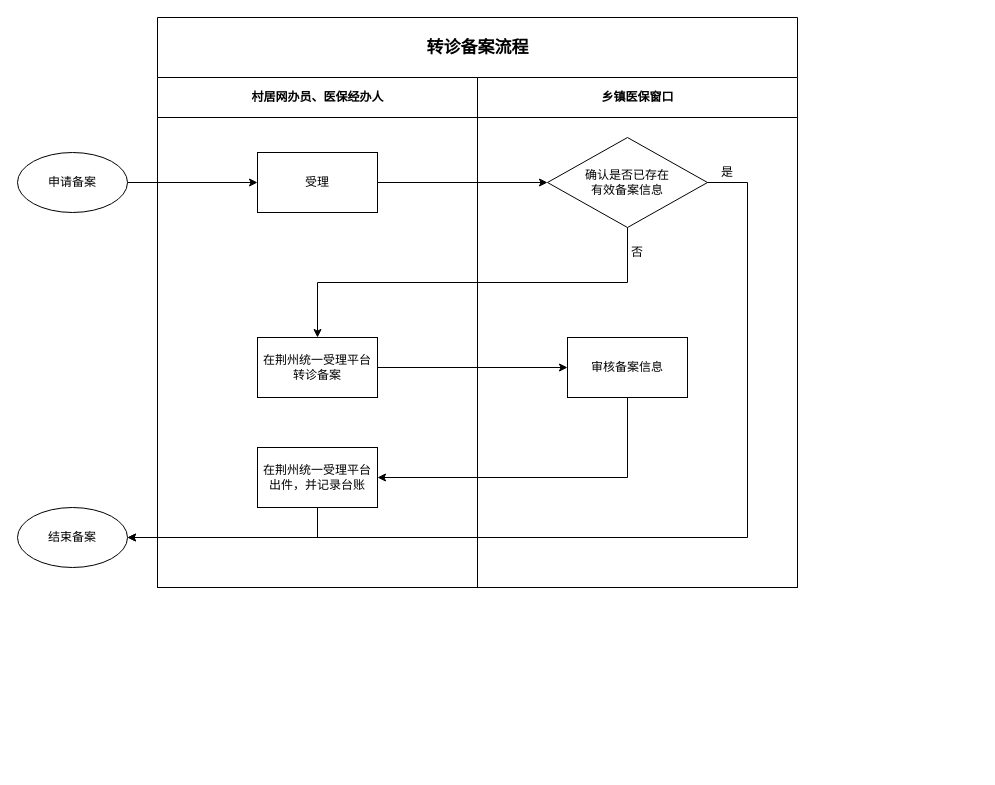
Above: 转诊备案流程.drawio in zouwei-0218/drawio (draw.io), before the change. Source tidied: cells renumbered, new cells numbered last; positions are measured from the earlier drawing's top-left corner, leaving out a move shared by most shapes. Both pictures are drawn from the tidied source at 100%, with x=0, y=0 at pixel (17, 17).
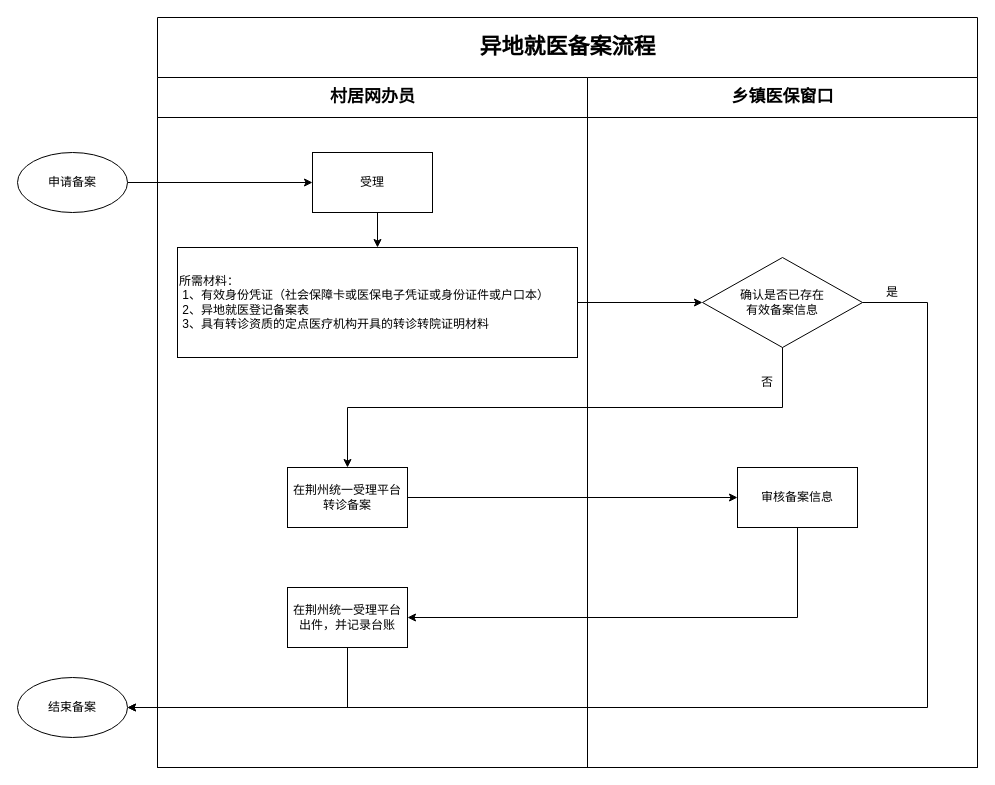
The same page after the edit.

Commit message:
更新转诊备案流程.drawio

What changed in the source:
```diff
@@
-    <mxCell id="2" value="&lt;font style=&quot;font-size: 17px;&quot;&gt;转诊备案流程&lt;/font&gt;" style="swimlane;html=1;startSize=60;rounded=0;shadow=0;labelBackgroundColor=none;strokeWidth=1;fontFamily=Verdana;fontSize=8;align=center;" parent="1" vertex="1">
-      <mxGeometry x="140" width="640" height="570" as="geometry" />
+    <mxCell id="2" value="&lt;font style=&quot;font-size: 22px;&quot;&gt;异地就医备案流程&lt;/font&gt;" style="swimlane;html=1;startSize=60;rounded=0;shadow=0;labelBackgroundColor=none;strokeWidth=1;fontFamily=Verdana;fontSize=8;align=center;" parent="1" vertex="1">
+      <mxGeometry x="140" width="820" height="750" as="geometry" />
     </mxCell>
@@
-    <mxCell id="5" value="村居网办员、医保经办人" style="swimlane;html=1;startSize=40;" parent="2" vertex="1">
-      <mxGeometry y="60" width="320" height="510" as="geometry" />
+    <mxCell id="5" value="&lt;font style=&quot;font-size: 17px;&quot;&gt;村居网办员&lt;/font&gt;" style="swimlane;html=1;startSize=40;fontSize=15;" parent="2" vertex="1">
+      <mxGeometry y="60" width="430" height="690" as="geometry" />
     </mxCell>
+    <mxCell id="23" style="edgeStyle=orthogonalEdgeStyle;rounded=0;jettySize=auto;html=1;exitX=0.5;exitY=1;exitDx=0;exitDy=0;entryX=0.5;entryY=0;entryDx=0;entryDy=0;" parent="5" edge="1" source="6" target="24">
+      <mxGeometry relative="1" as="geometry" />
+    </mxCell>
     <mxCell id="6" value="受理" style="rounded=0;whiteSpace=wrap;html=1;" parent="5" vertex="1">
-      <mxGeometry x="100" y="75" width="120" height="60" as="geometry" />
+      <mxGeometry x="155" y="75" width="120" height="60" as="geometry" />
     </mxCell>
     <mxCell id="7" value="在荆州统一受理平台转诊备案" style="rounded=0;whiteSpace=wrap;html=1;" parent="5" vertex="1">
-      <mxGeometry x="100" y="260" width="120" height="60" as="geometry" />
+      <mxGeometry x="130" y="390" width="120" height="60" as="geometry" />
     </mxCell>
     <mxCell id="8" value="在荆州统一受理平台出件，并记录台账" style="rounded=0;whiteSpace=wrap;html=1;" parent="5" vertex="1">
-      <mxGeometry x="100" y="370" width="120" height="60" as="geometry" />
+      <mxGeometry x="130" y="510" width="120" height="60" as="geometry" />
     </mxCell>
+    <mxCell id="24" value="&lt;div&gt;所需材料：&lt;/div&gt;&lt;div&gt;&lt;span style=&quot;white-space: pre;&quot;&gt; &lt;/span&gt;1、有效身份凭证（社会保障卡或医保电子凭证或身份证件或户口本）&lt;/div&gt;&lt;span style=&quot;white-space: pre;&quot;&gt; &lt;/span&gt;2、异地就医登记备案表&lt;br&gt;&lt;span style=&quot;white-space: pre;&quot;&gt; &lt;/span&gt;3、具有转诊资质的定点医疗机构开具的转诊转院证明材料" style="rounded=0;whiteSpace=wrap;html=1;align=left;" parent="5" vertex="1">
+      <mxGeometry x="20" y="170" width="400" height="110" as="geometry" />
+    </mxCell>
-    <mxCell id="9" value="乡镇医保窗口" style="swimlane;html=1;startSize=40;" parent="2" vertex="1">
-      <mxGeometry x="320" y="60" width="320" height="510" as="geometry" />
+    <mxCell id="9" value="&lt;font style=&quot;font-size: 17px;&quot;&gt;乡镇医保窗口&lt;/font&gt;" style="swimlane;html=1;startSize=40;fontSize=15;" parent="2" vertex="1">
+      <mxGeometry x="430" y="60" width="390" height="690" as="geometry" />
     </mxCell>
     <mxCell id="10" value="审核备案信息" style="rounded=0;whiteSpace=wrap;html=1;" parent="9" vertex="1">
-      <mxGeometry x="90" y="260" width="120" height="60" as="geometry" />
+      <mxGeometry x="150" y="390" width="120" height="60" as="geometry" />
     </mxCell>
-    <mxCell id="11" value="否" style="text;html=1;strokeColor=none;fillColor=none;align=center;verticalAlign=middle;whiteSpace=wrap;rounded=0;" parent="9" vertex="1">
-      <mxGeometry x="130" y="160" width="60" height="30" as="geometry" />
-    </mxCell>
     <mxCell id="12" value="是" style="text;html=1;strokeColor=none;fillColor=none;align=center;verticalAlign=middle;whiteSpace=wrap;rounded=0;" parent="9" vertex="1">
-      <mxGeometry x="220" y="80" width="60" height="30" as="geometry" />
+      <mxGeometry x="275" y="200" width="60" height="30" as="geometry" />
     </mxCell>
     <mxCell id="13" value="确认是否已存在&lt;br&gt;有效备案信息" style="rhombus;whiteSpace=wrap;html=1;" parent="9" vertex="1">
-      <mxGeometry x="70" y="60" width="160" height="90" as="geometry" />
+      <mxGeometry x="115" y="180" width="160" height="90" as="geometry" />
     </mxCell>
-    <mxCell id="14" style="edgeStyle=orthogonalEdgeStyle;rounded=0;jettySize=auto;html=1;exitX=1;exitY=0.5;exitDx=0;exitDy=0;entryX=0;entryY=0.5;entryDx=0;entryDy=0;" parent="2" edge="1" source="6" target="13">
-      <mxGeometry relative="1" as="geometry" />
-    </mxCell>
+    <mxCell id="11" value="否" style="text;html=1;strokeColor=none;fillColor=none;align=center;verticalAlign=middle;whiteSpace=wrap;rounded=0;" parent="9" vertex="1">
+      <mxGeometry x="150" y="290" width="60" height="30" as="geometry" />
+    </mxCell>
@@
+    <mxCell id="25" style="edgeStyle=orthogonalEdgeStyle;rounded=0;jettySize=auto;html=1;exitX=1;exitY=0.5;exitDx=0;exitDy=0;entryX=0;entryY=0.5;entryDx=0;entryDy=0;" parent="2" edge="1" source="24" target="13">
+      <mxGeometry relative="1" as="geometry" />
+    </mxCell>
@@
     <mxCell id="20" value="结束备案" style="ellipse;whiteSpace=wrap;html=1;" parent="1" vertex="1">
-      <mxGeometry y="490" width="110" height="60" as="geometry" />
+      <mxGeometry y="660" width="110" height="60" as="geometry" />
     </mxCell>
@@
     <mxCell id="22" style="edgeStyle=orthogonalEdgeStyle;rounded=0;jettySize=auto;html=1;exitX=1;exitY=0.5;exitDx=0;exitDy=0;entryX=1;entryY=0.5;entryDx=0;entryDy=0;" parent="1" edge="1" source="13" target="20">
       <mxGeometry relative="1" as="geometry">
         <Array as="points">
-          <mxPoint x="730" y="165" />
-          <mxPoint x="730" y="520" />
+          <mxPoint x="910" y="285" />
+          <mxPoint x="910" y="690" />
         </Array>
       </mxGeometry>
     </mxCell>
```
